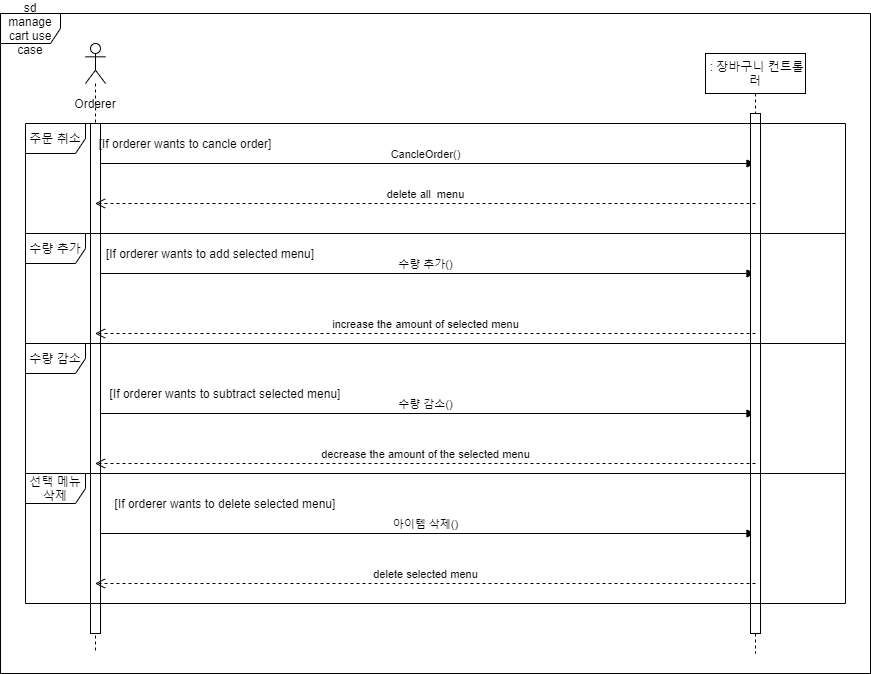
Before: 상세명세서/Behavioral Model/sequence diagram/장바구니 관리.png, a diagram exported from draw.io (distroytest/KNUSD-20202-Team05). Source tidied: cells renumbered, new cells last; positions are measured from the earlier drawing's top-left corner, leaving out a move shared by most shapes.
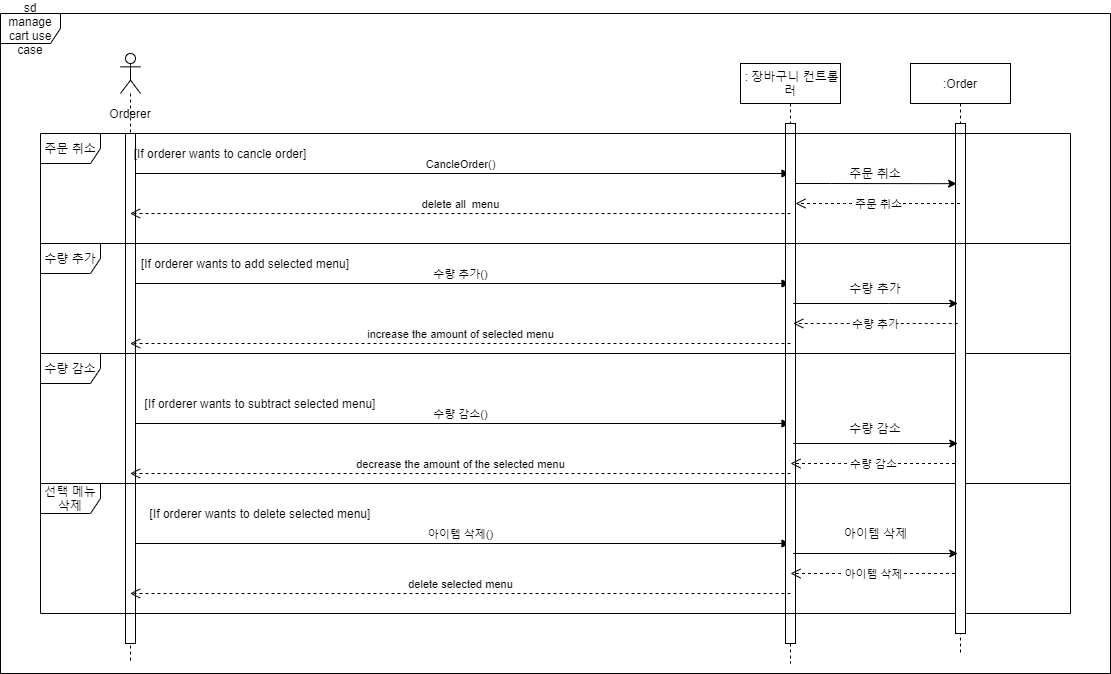
After the change.

Commit message:
Update 장바구니 관리.png

Diff of the diagram source:
```diff
@@ -70,19 +70,109 @@
       <mxGeometry x="105" y="480" width="240" height="20" as="geometry" />
     </mxCell>
     <mxCell id="19" value="sd manage cart use case" style="shape=umlFrame;whiteSpace=wrap;html=1;width=60;height=30;" parent="1" vertex="1">
-      <mxGeometry width="870" height="660" as="geometry" />
+      <mxGeometry x="-35" y="-10" width="1110" height="660" as="geometry" />
     </mxCell>
-    <mxCell id="20" value="주문 취소" style="shape=umlFrame;whiteSpace=wrap;html=1;" parent="1" vertex="1">
-      <mxGeometry x="25" y="110" width="820" height="110" as="geometry" />
-    </mxCell>
     <mxCell id="21" value="수량 추가" style="shape=umlFrame;whiteSpace=wrap;html=1;" parent="1" vertex="1">
-      <mxGeometry x="25" y="220" width="820" height="110" as="geometry" />
+      <mxGeometry x="5" y="220" width="1030" height="110" as="geometry" />
     </mxCell>
     <mxCell id="22" value="수량 감소" style="shape=umlFrame;whiteSpace=wrap;html=1;" parent="1" vertex="1">
-      <mxGeometry x="25" y="330" width="820" height="130" as="geometry" />
+      <mxGeometry x="5" y="330" width="1030" height="130" as="geometry" />
     </mxCell>
     <mxCell id="23" value="선택 메뉴삭제" style="shape=umlFrame;whiteSpace=wrap;html=1;" parent="1" vertex="1">
-      <mxGeometry x="25" y="460" width="820" height="130" as="geometry" />
+      <mxGeometry x="5" y="460" width="1030" height="130" as="geometry" />
     </mxCell>
+    <mxCell id="24" value=":Order" style="shape=umlLifeline;perimeter=lifelinePerimeter;whiteSpace=wrap;html=1;outlineConnect=0;" parent="1" vertex="1">
+      <mxGeometry x="875" y="40" width="100" height="590" as="geometry" />
+    </mxCell>
+    <mxCell id="25" style="html=1;points=[];perimeter=orthogonalPerimeter;" parent="24" vertex="1">
+      <mxGeometry x="45" y="60" width="10" height="510" as="geometry" />
+    </mxCell>
+    <mxCell id="26" value="주문 취소" style="text;html=1;strokeColor=none;fillColor=none;align=center;verticalAlign=middle;whiteSpace=wrap;rounded=0;" parent="1" vertex="1">
+      <mxGeometry x="805" y="140" width="70" height="20" as="geometry" />
+    </mxCell>
+    <mxCell id="27" value="주문 취소" style="html=1;verticalAlign=bottom;endArrow=open;dashed=1;endSize=8;" parent="1" edge="1" source="24" target="10">
+      <mxGeometry y="10" relative="1" as="geometry">
+        <Array as="points">
+          <mxPoint x="815" y="180" />
+        </Array>
+      </mxGeometry>
+    </mxCell>
+    <mxCell id="28" style="edgeStyle=orthogonalEdgeStyle;rounded=0;orthogonalLoop=1;jettySize=auto;html=1;" parent="1" edge="1">
+      <mxGeometry relative="1" as="geometry">
+        <mxPoint x="757.8" y="280" as="sourcePoint" />
+        <mxPoint x="922.2" y="280" as="targetPoint" />
+        <Array as="points">
+          <mxPoint x="852.8" y="280" />
+          <mxPoint x="852.8" y="280" />
+        </Array>
+      </mxGeometry>
+    </mxCell>
+    <mxCell id="29" style="edgeStyle=orthogonalEdgeStyle;rounded=0;orthogonalLoop=1;jettySize=auto;html=1;" parent="1" edge="1">
+      <mxGeometry relative="1" as="geometry">
+        <mxPoint x="757.8" y="420" as="sourcePoint" />
+        <mxPoint x="922.2" y="420" as="targetPoint" />
+        <Array as="points">
+          <mxPoint x="852.8" y="420" />
+          <mxPoint x="852.8" y="420" />
+        </Array>
+      </mxGeometry>
+    </mxCell>
+    <mxCell id="30" style="edgeStyle=orthogonalEdgeStyle;rounded=0;orthogonalLoop=1;jettySize=auto;html=1;" parent="1" edge="1">
+      <mxGeometry relative="1" as="geometry">
+        <mxPoint x="757.8" y="530" as="sourcePoint" />
+        <mxPoint x="922.2" y="530" as="targetPoint" />
+        <Array as="points">
+          <mxPoint x="852.8" y="530" />
+          <mxPoint x="852.8" y="530" />
+        </Array>
+      </mxGeometry>
+    </mxCell>
+    <mxCell id="31" value="수량 추가" style="html=1;verticalAlign=bottom;endArrow=open;dashed=1;endSize=8;" parent="1" edge="1">
+      <mxGeometry y="10" relative="1" as="geometry">
+        <mxPoint x="922.2" y="300" as="sourcePoint" />
+        <mxPoint x="757.8" y="300" as="targetPoint" />
+        <Array as="points">
+          <mxPoint x="812.8" y="300" />
+        </Array>
+      </mxGeometry>
+    </mxCell>
+    <mxCell id="32" value="수량 감소" style="html=1;verticalAlign=bottom;endArrow=open;dashed=1;endSize=8;" parent="1" edge="1">
+      <mxGeometry y="10" relative="1" as="geometry">
+        <mxPoint x="919.5" y="440" as="sourcePoint" />
+        <mxPoint x="755" y="440" as="targetPoint" />
+        <Array as="points">
+          <mxPoint x="810" y="440" />
+        </Array>
+      </mxGeometry>
+    </mxCell>
+    <mxCell id="33" value="아이템 삭제" style="html=1;verticalAlign=bottom;endArrow=open;dashed=1;endSize=8;" parent="1" edge="1">
+      <mxGeometry y="10" relative="1" as="geometry">
+        <mxPoint x="919.5" y="550" as="sourcePoint" />
+        <mxPoint x="755" y="550" as="targetPoint" />
+        <Array as="points">
+          <mxPoint x="810" y="550" />
+        </Array>
+      </mxGeometry>
+    </mxCell>
+    <mxCell id="34" value="수량 추가" style="text;html=1;strokeColor=none;fillColor=none;align=center;verticalAlign=middle;whiteSpace=wrap;rounded=0;" parent="1" vertex="1">
+      <mxGeometry x="810" y="255" width="60" height="20" as="geometry" />
+    </mxCell>
+    <mxCell id="35" value="수량 감소" style="text;html=1;strokeColor=none;fillColor=none;align=center;verticalAlign=middle;whiteSpace=wrap;rounded=0;" parent="1" vertex="1">
+      <mxGeometry x="810" y="395" width="60" height="20" as="geometry" />
+    </mxCell>
+    <mxCell id="36" value="아이템 삭제" style="text;html=1;strokeColor=none;fillColor=none;align=center;verticalAlign=middle;whiteSpace=wrap;rounded=0;" parent="1" vertex="1">
+      <mxGeometry x="802.5" y="500" width="75" height="20" as="geometry" />
+    </mxCell>
+    <mxCell id="20" value="주문 취소" style="shape=umlFrame;whiteSpace=wrap;html=1;" parent="1" vertex="1">
+      <mxGeometry x="5" y="110" width="1030" height="110" as="geometry" />
+    </mxCell>
+    <mxCell id="37" style="edgeStyle=orthogonalEdgeStyle;rounded=0;jettySize=auto;html=1;entryX=0.1;entryY=0.118;entryDx=0;entryDy=0;entryPerimeter=0;" parent="1" edge="1" source="10" target="25">
+      <mxGeometry relative="1" as="geometry">
+        <Array as="points">
+          <mxPoint x="795" y="160" />
+          <mxPoint x="795" y="160" />
+        </Array>
+      </mxGeometry>
+    </mxCell>
   </root>
 </mxGraphModel>
```
